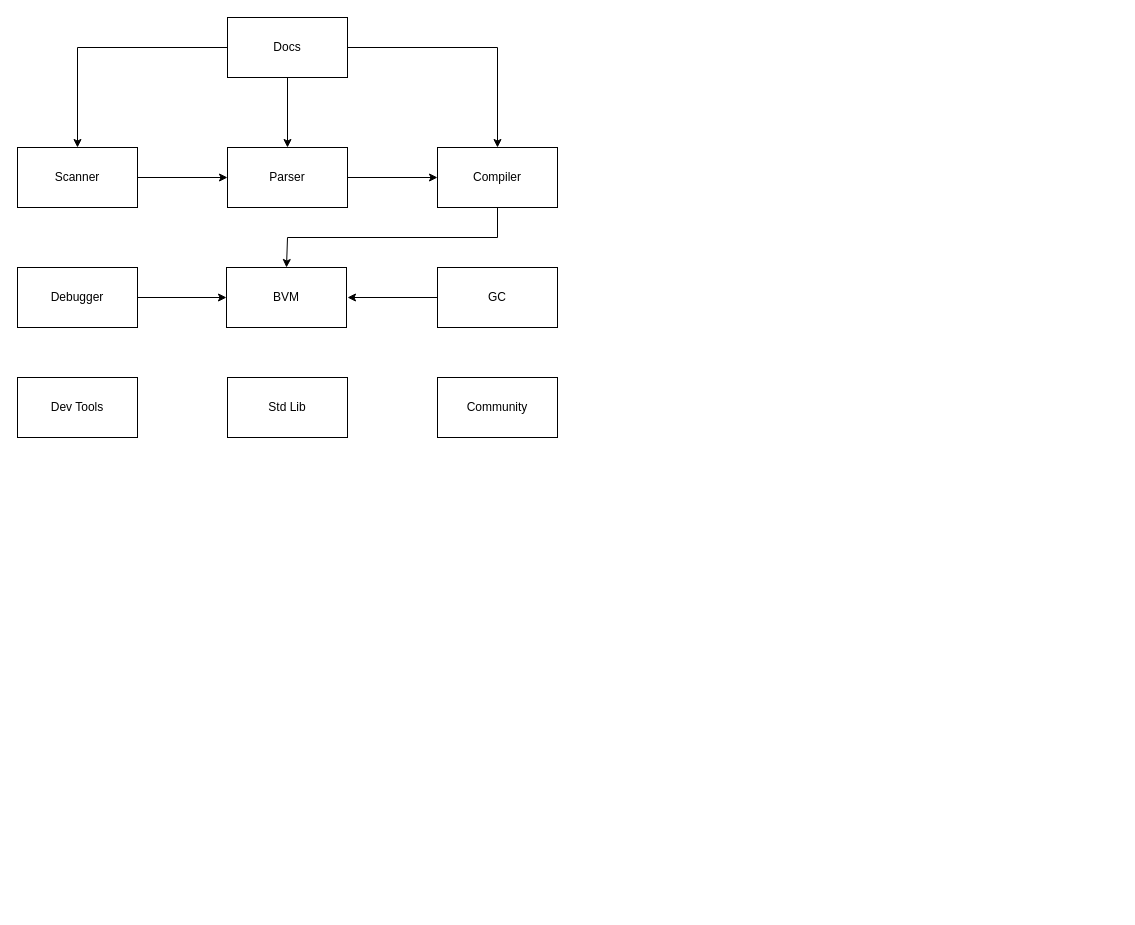
Before: func_block.drawio in Redskaber/Joker, a draw.io diagram. Source tidied: cells renumbered, new cells numbered last; positions are measured from the earlier drawing's top-left corner, leaving out a move shared by most shapes. Both pictures are drawn from the tidied source at 100%, with x=0, y=0 at pixel (17, 17).
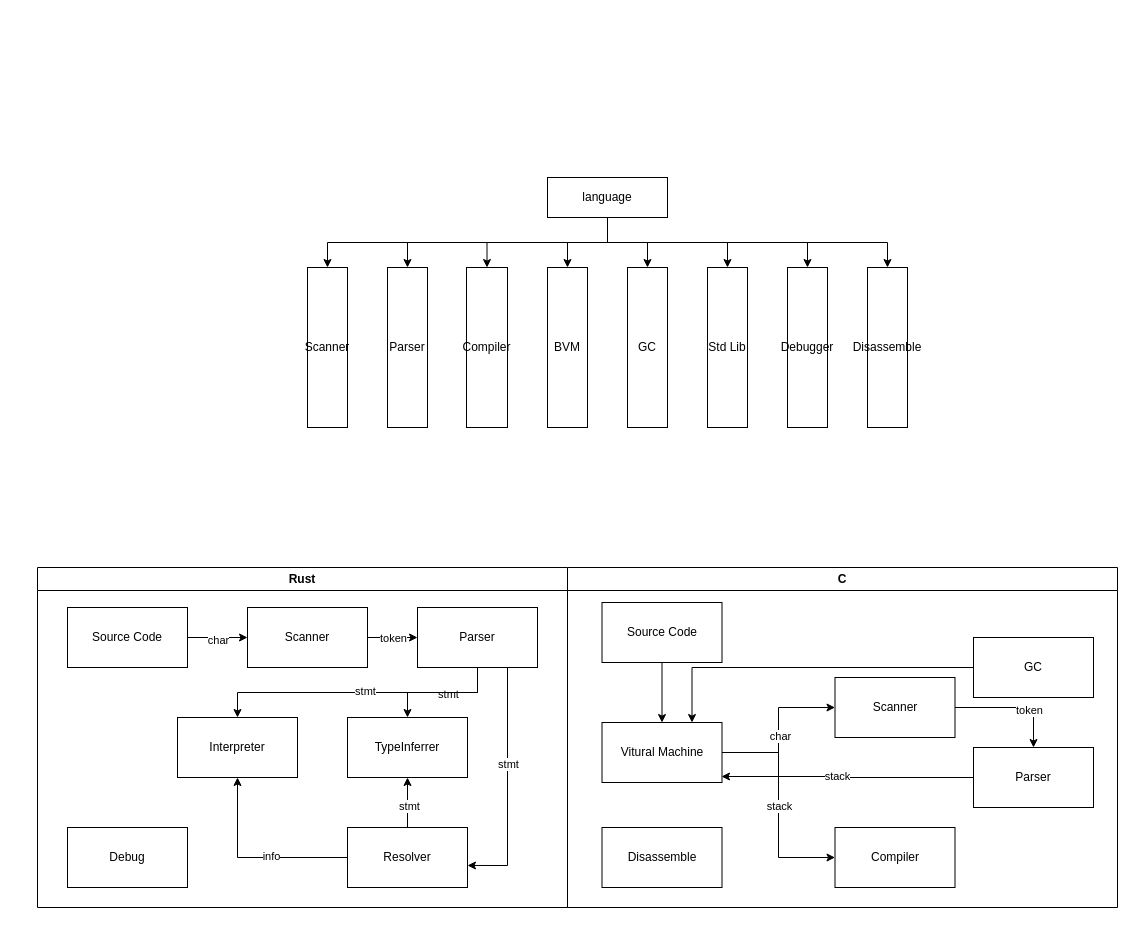
After the change.

Diff of the diagram source:
```diff
@@
-    <mxCell id="2" style="edgeStyle=orthogonalEdgeStyle;rounded=0;jettySize=auto;html=1;exitX=1;exitY=0.5;exitDx=0;exitDy=0;entryX=0;entryY=0.5;entryDx=0;entryDy=0;" parent="1" edge="1" source="3" target="5">
-      <mxGeometry relative="1" as="geometry" />
-    </mxCell>
     <mxCell id="3" value="Scanner" style="rounded=0;whiteSpace=wrap;html=1;" parent="1" vertex="1">
-      <mxGeometry y="130" width="120" height="60" as="geometry" />
+      <mxGeometry x="290" y="250" width="40" height="160" as="geometry" />
     </mxCell>
-    <mxCell id="4" style="edgeStyle=orthogonalEdgeStyle;rounded=0;jettySize=auto;html=1;exitX=1;exitY=0.5;exitDx=0;exitDy=0;" parent="1" edge="1" source="5" target="6">
-      <mxGeometry relative="1" as="geometry" />
-    </mxCell>
     <mxCell id="5" value="Parser" style="rounded=0;whiteSpace=wrap;html=1;" parent="1" vertex="1">
-      <mxGeometry x="210" y="130" width="120" height="60" as="geometry" />
+      <mxGeometry x="370" y="250" width="40" height="160" as="geometry" />
     </mxCell>
     <mxCell id="6" value="Compiler" style="rounded=0;whiteSpace=wrap;html=1;" parent="1" vertex="1">
-      <mxGeometry x="420" y="130" width="120" height="60" as="geometry" />
+      <mxGeometry x="449" y="250" width="41" height="160" as="geometry" />
     </mxCell>
     <mxCell id="7" value="Std Lib" style="rounded=0;whiteSpace=wrap;html=1;" parent="1" vertex="1">
-      <mxGeometry x="210" y="360" width="120" height="60" as="geometry" />
+      <mxGeometry x="690" y="250" width="40" height="160" as="geometry" />
     </mxCell>
     <mxCell id="8" value="BVM" style="rounded=0;whiteSpace=wrap;html=1;" parent="1" vertex="1">
-      <mxGeometry x="209" y="250" width="120" height="60" as="geometry" />
+      <mxGeometry x="530" y="250" width="40" height="160" as="geometry" />
     </mxCell>
-    <mxCell id="9" value="Dev Tools" style="rounded=0;whiteSpace=wrap;html=1;" parent="1" vertex="1">
-      <mxGeometry y="360" width="120" height="60" as="geometry" />
-    </mxCell>
-    <mxCell id="10" style="edgeStyle=orthogonalEdgeStyle;rounded=0;jettySize=auto;html=1;entryX=0.5;entryY=0;entryDx=0;entryDy=0;" parent="1" edge="1" source="13" target="3">
-      <mxGeometry relative="1" as="geometry" />
-    </mxCell>
-    <mxCell id="11" style="edgeStyle=orthogonalEdgeStyle;rounded=0;jettySize=auto;html=1;exitX=0.5;exitY=1;exitDx=0;exitDy=0;entryX=0.5;entryY=0;entryDx=0;entryDy=0;" parent="1" edge="1" source="13" target="5">
-      <mxGeometry relative="1" as="geometry" />
-    </mxCell>
-    <mxCell id="12" style="edgeStyle=orthogonalEdgeStyle;rounded=0;jettySize=auto;html=1;exitX=1;exitY=0.5;exitDx=0;exitDy=0;entryX=0.5;entryY=0;entryDx=0;entryDy=0;" parent="1" edge="1" source="13" target="6">
-      <mxGeometry relative="1" as="geometry" />
-    </mxCell>
-    <mxCell id="13" value="Docs" style="rounded=0;whiteSpace=wrap;html=1;" parent="1" vertex="1">
-      <mxGeometry x="210" width="120" height="60" as="geometry" />
-    </mxCell>
-    <mxCell id="14" value="Community" style="rounded=0;whiteSpace=wrap;html=1;" parent="1" vertex="1">
-      <mxGeometry x="420" y="360" width="120" height="60" as="geometry" />
-    </mxCell>
-    <mxCell id="15" style="edgeStyle=orthogonalEdgeStyle;rounded=0;jettySize=auto;html=1;exitX=1;exitY=0.5;exitDx=0;exitDy=0;" parent="1" edge="1" source="16" target="8">
-      <mxGeometry relative="1" as="geometry" />
-    </mxCell>
     <mxCell id="16" value="Debugger" style="rounded=0;whiteSpace=wrap;html=1;" parent="1" vertex="1">
-      <mxGeometry y="250" width="120" height="60" as="geometry" />
+      <mxGeometry x="770" y="250" width="40" height="160" as="geometry" />
     </mxCell>
-    <mxCell id="17" style="edgeStyle=orthogonalEdgeStyle;rounded=0;jettySize=auto;html=1;exitX=0.5;exitY=1;exitDx=0;exitDy=0;entryX=0.5;entryY=0;entryDx=0;entryDy=0;" parent="1" edge="1" source="6" target="8">
-      <mxGeometry relative="1" as="geometry">
-        <Array as="points">
-          <mxPoint x="480" y="220" />
-          <mxPoint x="270" y="220" />
-        </Array>
-      </mxGeometry>
-    </mxCell>
-    <mxCell id="18" style="edgeStyle=orthogonalEdgeStyle;rounded=0;jettySize=auto;html=1;exitX=0;exitY=0.5;exitDx=0;exitDy=0;" parent="1" edge="1" source="19">
-      <mxGeometry relative="1" as="geometry">
-        <mxPoint x="330" y="280" as="targetPoint" />
-      </mxGeometry>
-    </mxCell>
     <mxCell id="19" value="GC" style="rounded=0;whiteSpace=wrap;html=1;" parent="1" vertex="1">
-      <mxGeometry x="420" y="250" width="120" height="60" as="geometry" />
+      <mxGeometry x="610" y="250" width="40" height="160" as="geometry" />
     </mxCell>
+    <mxCell id="20" value="Rust" style="swimlane;whiteSpace=wrap;html=1;" parent="1" vertex="1">
+      <mxGeometry x="20" y="550" width="530" height="340" as="geometry" />
+    </mxCell>
+    <mxCell id="21" style="edgeStyle=orthogonalEdgeStyle;rounded=0;jettySize=auto;html=1;exitX=1;exitY=0.5;exitDx=0;exitDy=0;entryX=0;entryY=0.5;entryDx=0;entryDy=0;" parent="20" edge="1" source="23" target="26">
+      <mxGeometry relative="1" as="geometry" />
+    </mxCell>
+    <mxCell id="22" value="char" style="edgeLabel;html=1;align=center;verticalAlign=middle;" parent="21" vertex="1">
+      <mxGeometry y="-2" relative="1" as="geometry" />
+    </mxCell>
+    <mxCell id="23" value="Source Code" style="whiteSpace=wrap;html=1;" parent="20" vertex="1">
+      <mxGeometry x="30" y="40" width="120" height="60" as="geometry" />
+    </mxCell>
+    <mxCell id="24" style="edgeStyle=orthogonalEdgeStyle;rounded=0;jettySize=auto;html=1;exitX=1;exitY=0.5;exitDx=0;exitDy=0;entryX=0;entryY=0.5;entryDx=0;entryDy=0;" parent="20" edge="1" source="26" target="31">
+      <mxGeometry relative="1" as="geometry" />
+    </mxCell>
+    <mxCell id="25" value="token" style="edgeLabel;html=1;align=center;verticalAlign=middle;" parent="24" vertex="1">
+      <mxGeometry relative="1" as="geometry" />
+    </mxCell>
+    <mxCell id="26" value="Scanner" style="whiteSpace=wrap;html=1;" parent="20" vertex="1">
+      <mxGeometry x="210" y="40" width="120" height="60" as="geometry" />
+    </mxCell>
+    <mxCell id="27" style="edgeStyle=orthogonalEdgeStyle;rounded=0;jettySize=auto;html=1;exitX=0.5;exitY=1;exitDx=0;exitDy=0;entryX=0.5;entryY=0;entryDx=0;entryDy=0;" parent="20" edge="1" source="31" target="33">
+      <mxGeometry relative="1" as="geometry" />
+    </mxCell>
+    <mxCell id="28" value="stmt" style="edgeLabel;html=1;align=center;verticalAlign=middle;" parent="27" vertex="1">
+      <mxGeometry x="-0.08" y="1" relative="1" as="geometry" />
+    </mxCell>
+    <mxCell id="29" style="edgeStyle=orthogonalEdgeStyle;rounded=0;jettySize=auto;html=1;exitX=0.5;exitY=1;exitDx=0;exitDy=0;entryX=0.5;entryY=0;entryDx=0;entryDy=0;" parent="20" edge="1" source="31" target="32">
+      <mxGeometry relative="1" as="geometry" />
+    </mxCell>
+    <mxCell id="30" value="stmt" style="edgeLabel;html=1;align=center;verticalAlign=middle;" parent="29" vertex="1">
+      <mxGeometry x="-0.05" y="-2" relative="1" as="geometry" />
+    </mxCell>
+    <mxCell id="31" value="Parser" style="whiteSpace=wrap;html=1;" parent="20" vertex="1">
+      <mxGeometry x="380" y="40" width="120" height="60" as="geometry" />
+    </mxCell>
+    <mxCell id="32" value="Interpreter" style="whiteSpace=wrap;html=1;" parent="20" vertex="1">
+      <mxGeometry x="140" y="150" width="120" height="60" as="geometry" />
+    </mxCell>
+    <mxCell id="33" value="TypeInferrer" style="whiteSpace=wrap;html=1;" parent="20" vertex="1">
+      <mxGeometry x="310" y="150" width="120" height="60" as="geometry" />
+    </mxCell>
+    <mxCell id="34" style="edgeStyle=orthogonalEdgeStyle;rounded=0;jettySize=auto;html=1;exitX=0.5;exitY=0;exitDx=0;exitDy=0;entryX=0.5;entryY=1;entryDx=0;entryDy=0;" parent="20" edge="1" source="38" target="33">
+      <mxGeometry relative="1" as="geometry" />
+    </mxCell>
+    <mxCell id="35" value="stmt" style="edgeLabel;html=1;align=center;verticalAlign=middle;" parent="34" vertex="1">
+      <mxGeometry x="-0.12" y="-1" relative="1" as="geometry" />
+    </mxCell>
+    <mxCell id="36" style="edgeStyle=orthogonalEdgeStyle;rounded=0;jettySize=auto;html=1;exitX=0;exitY=0.5;exitDx=0;exitDy=0;entryX=0.5;entryY=1;entryDx=0;entryDy=0;" parent="20" edge="1" source="38" target="32">
+      <mxGeometry relative="1" as="geometry" />
+    </mxCell>
+    <mxCell id="37" value="info" style="edgeLabel;html=1;align=center;verticalAlign=middle;" parent="36" vertex="1">
+      <mxGeometry x="-0.19" y="-2" relative="1" as="geometry" />
+    </mxCell>
+    <mxCell id="38" value="Resolver" style="whiteSpace=wrap;html=1;" parent="20" vertex="1">
+      <mxGeometry x="310" y="260" width="120" height="60" as="geometry" />
+    </mxCell>
+    <mxCell id="39" value="Debug" style="whiteSpace=wrap;html=1;" parent="20" vertex="1">
+      <mxGeometry x="30" y="260" width="120" height="60" as="geometry" />
+    </mxCell>
+    <mxCell id="40" style="edgeStyle=orthogonalEdgeStyle;rounded=0;jettySize=auto;html=1;exitX=0.75;exitY=1;exitDx=0;exitDy=0;entryX=1;entryY=0.633;entryDx=0;entryDy=0;entryPerimeter=0;" parent="20" edge="1" source="31" target="38">
+      <mxGeometry relative="1" as="geometry" />
+    </mxCell>
+    <mxCell id="41" value="stmt" style="edgeLabel;html=1;align=center;verticalAlign=middle;" parent="40" vertex="1">
+      <mxGeometry x="-0.19" relative="1" as="geometry" />
+    </mxCell>
+    <mxCell id="42" value="C" style="swimlane;whiteSpace=wrap;html=1;" parent="1" vertex="1">
+      <mxGeometry x="550" y="550" width="550" height="340" as="geometry" />
+    </mxCell>
+    <mxCell id="43" style="edgeStyle=orthogonalEdgeStyle;rounded=0;jettySize=auto;html=1;" parent="42" edge="1" source="44" target="49">
+      <mxGeometry relative="1" as="geometry" />
+    </mxCell>
+    <mxCell id="44" value="Source Code" style="whiteSpace=wrap;html=1;" parent="42" vertex="1">
+      <mxGeometry x="34.5" y="35" width="120" height="60" as="geometry" />
+    </mxCell>
+    <mxCell id="45" style="edgeStyle=orthogonalEdgeStyle;rounded=0;jettySize=auto;html=1;" parent="42" edge="1" source="49" target="52">
+      <mxGeometry relative="1" as="geometry" />
+    </mxCell>
+    <mxCell id="46" value="char" style="edgeLabel;html=1;align=center;verticalAlign=middle;" parent="45" vertex="1">
+      <mxGeometry x="-0.07" relative="1" as="geometry">
+        <mxPoint x="1" as="offset" />
+      </mxGeometry>
+    </mxCell>
+    <mxCell id="47" style="edgeStyle=orthogonalEdgeStyle;rounded=0;jettySize=auto;html=1;exitX=1;exitY=0.5;exitDx=0;exitDy=0;entryX=0;entryY=0.5;entryDx=0;entryDy=0;" parent="42" edge="1" source="49" target="56">
+      <mxGeometry relative="1" as="geometry" />
+    </mxCell>
+    <mxCell id="48" value="stack" style="edgeLabel;html=1;align=center;verticalAlign=middle;" parent="47" vertex="1">
+      <mxGeometry x="0.01" relative="1" as="geometry" />
+    </mxCell>
+    <mxCell id="49" value="Vitural Machine" style="whiteSpace=wrap;html=1;" parent="42" vertex="1">
+      <mxGeometry x="34.5" y="155" width="120" height="60" as="geometry" />
+    </mxCell>
+    <mxCell id="50" style="edgeStyle=orthogonalEdgeStyle;rounded=0;jettySize=auto;html=1;" parent="42" edge="1" source="52" target="55">
+      <mxGeometry relative="1" as="geometry" />
+    </mxCell>
+    <mxCell id="51" value="token" style="edgeLabel;html=1;align=center;verticalAlign=middle;" parent="50" vertex="1">
+      <mxGeometry x="0.25" y="-2" relative="1" as="geometry" />
+    </mxCell>
+    <mxCell id="52" value="Scanner" style="whiteSpace=wrap;html=1;" parent="42" vertex="1">
+      <mxGeometry x="267.5" y="110" width="120" height="60" as="geometry" />
+    </mxCell>
+    <mxCell id="53" style="edgeStyle=orthogonalEdgeStyle;rounded=0;jettySize=auto;html=1;exitX=0;exitY=0.5;exitDx=0;exitDy=0;entryX=0.996;entryY=0.9;entryDx=0;entryDy=0;entryPerimeter=0;" parent="42" edge="1" source="55" target="49">
+      <mxGeometry relative="1" as="geometry" />
+    </mxCell>
+    <mxCell id="54" value="stack" style="edgeLabel;html=1;align=center;verticalAlign=middle;" parent="53" vertex="1">
+      <mxGeometry x="0.09" y="-1" relative="1" as="geometry" />
+    </mxCell>
+    <mxCell id="55" value="Parser" style="whiteSpace=wrap;html=1;" parent="42" vertex="1">
+      <mxGeometry x="406" y="180" width="120" height="60" as="geometry" />
+    </mxCell>
+    <mxCell id="56" value="Compiler" style="whiteSpace=wrap;html=1;" parent="42" vertex="1">
+      <mxGeometry x="267.5" y="260" width="120" height="60" as="geometry" />
+    </mxCell>
+    <mxCell id="57" value="Disassemble" style="whiteSpace=wrap;html=1;" parent="42" vertex="1">
+      <mxGeometry x="34.5" y="260" width="120" height="60" as="geometry" />
+    </mxCell>
+    <mxCell id="58" style="edgeStyle=orthogonalEdgeStyle;rounded=0;jettySize=auto;html=1;exitX=0;exitY=0.5;exitDx=0;exitDy=0;entryX=0.75;entryY=0;entryDx=0;entryDy=0;" parent="42" edge="1" source="59" target="49">
+      <mxGeometry relative="1" as="geometry" />
+    </mxCell>
+    <mxCell id="59" value="GC" style="whiteSpace=wrap;html=1;" parent="42" vertex="1">
+      <mxGeometry x="406" y="70" width="120" height="60" as="geometry" />
+    </mxCell>
+    <mxCell id="60" style="edgeStyle=orthogonalEdgeStyle;rounded=0;jettySize=auto;html=1;exitX=0.5;exitY=1;exitDx=0;exitDy=0;entryX=0.5;entryY=0;entryDx=0;entryDy=0;" parent="1" edge="1" source="68" target="3">
+      <mxGeometry relative="1" as="geometry" />
+    </mxCell>
+    <mxCell id="61" style="edgeStyle=orthogonalEdgeStyle;rounded=0;jettySize=auto;html=1;exitX=0.5;exitY=1;exitDx=0;exitDy=0;entryX=0.5;entryY=0;entryDx=0;entryDy=0;" parent="1" edge="1" source="68" target="5">
+      <mxGeometry relative="1" as="geometry" />
+    </mxCell>
+    <mxCell id="62" style="edgeStyle=orthogonalEdgeStyle;rounded=0;jettySize=auto;html=1;exitX=0.5;exitY=1;exitDx=0;exitDy=0;entryX=0.5;entryY=0;entryDx=0;entryDy=0;" parent="1" edge="1" source="68" target="6">
+      <mxGeometry relative="1" as="geometry" />
+    </mxCell>
+    <mxCell id="63" style="edgeStyle=orthogonalEdgeStyle;rounded=0;jettySize=auto;html=1;exitX=0.5;exitY=1;exitDx=0;exitDy=0;entryX=0.5;entryY=0;entryDx=0;entryDy=0;" parent="1" edge="1" source="68" target="8">
+      <mxGeometry relative="1" as="geometry" />
+    </mxCell>
+    <mxCell id="64" style="edgeStyle=orthogonalEdgeStyle;rounded=0;jettySize=auto;html=1;exitX=0.5;exitY=1;exitDx=0;exitDy=0;entryX=0.5;entryY=0;entryDx=0;entryDy=0;" parent="1" edge="1" source="68" target="19">
+      <mxGeometry relative="1" as="geometry" />
+    </mxCell>
+    <mxCell id="65" style="edgeStyle=orthogonalEdgeStyle;rounded=0;jettySize=auto;html=1;exitX=0.5;exitY=1;exitDx=0;exitDy=0;entryX=0.5;entryY=0;entryDx=0;entryDy=0;" parent="1" edge="1" source="68" target="7">
+      <mxGeometry relative="1" as="geometry" />
+    </mxCell>
+    <mxCell id="66" style="edgeStyle=orthogonalEdgeStyle;rounded=0;jettySize=auto;html=1;exitX=0.5;exitY=1;exitDx=0;exitDy=0;entryX=0.5;entryY=0;entryDx=0;entryDy=0;" parent="1" edge="1" source="68" target="16">
+      <mxGeometry relative="1" as="geometry" />
+    </mxCell>
+    <mxCell id="67" style="edgeStyle=orthogonalEdgeStyle;rounded=0;jettySize=auto;html=1;exitX=0.5;exitY=1;exitDx=0;exitDy=0;entryX=0.5;entryY=0;entryDx=0;entryDy=0;" parent="1" edge="1" source="68" target="69">
+      <mxGeometry relative="1" as="geometry" />
+    </mxCell>
+    <mxCell id="68" value="language" style="rounded=0;whiteSpace=wrap;html=1;" parent="1" vertex="1">
+      <mxGeometry x="530" y="160" width="120" height="40" as="geometry" />
+    </mxCell>
+    <mxCell id="69" value="Disassemble" style="whiteSpace=wrap;html=1;" parent="1" vertex="1">
+      <mxGeometry x="850" y="250" width="40" height="160" as="geometry" />
+    </mxCell>
```
